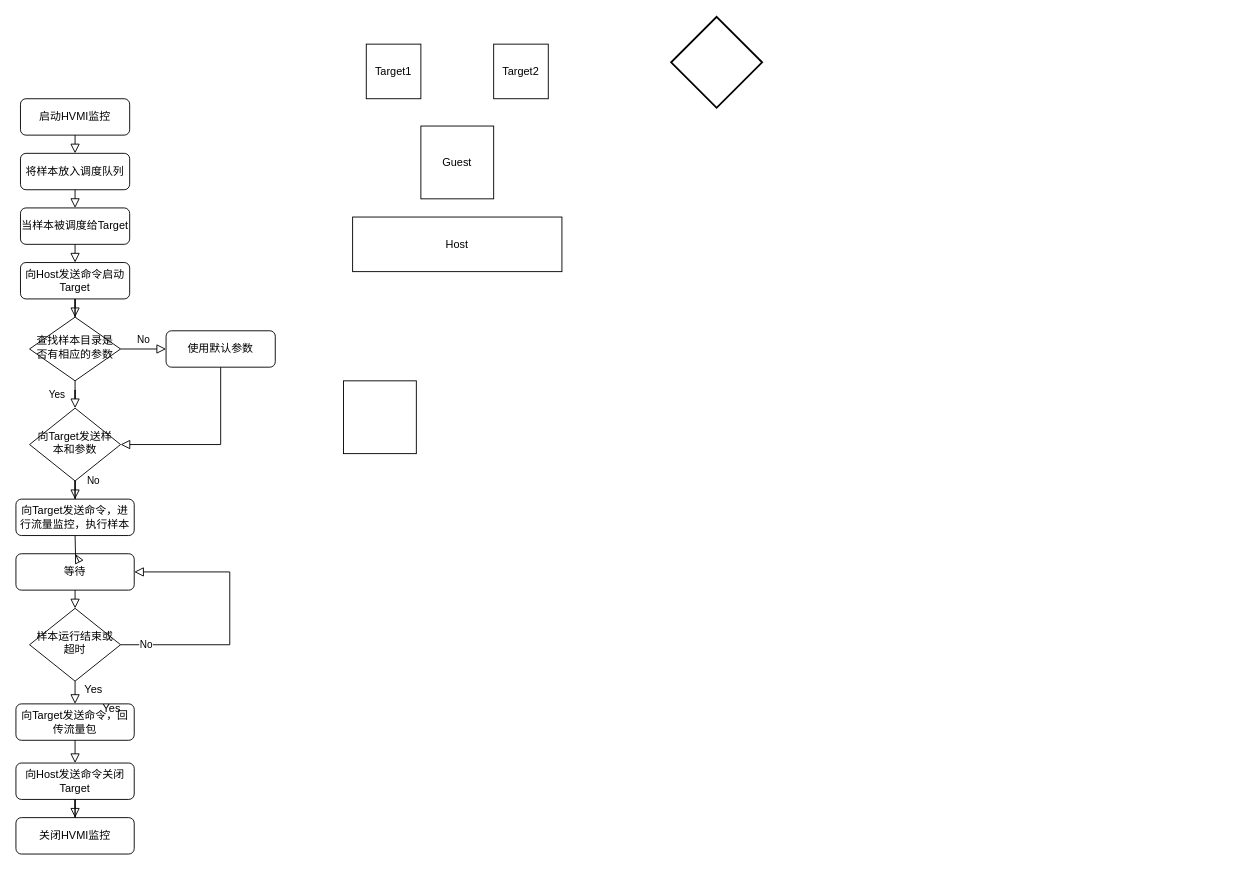
Above: page "Page-1" (1 of 2) of 未命名绘图.drawio in Amber0130/Other (draw.io), before the change. Source tidied: cells renumbered, new cells numbered last; positions are measured from the earlier drawing's top-left corner, leaving out a move shared by most shapes. Both pictures are drawn from the tidied source at 91%, with x=0, y=0 at pixel (15, 16).
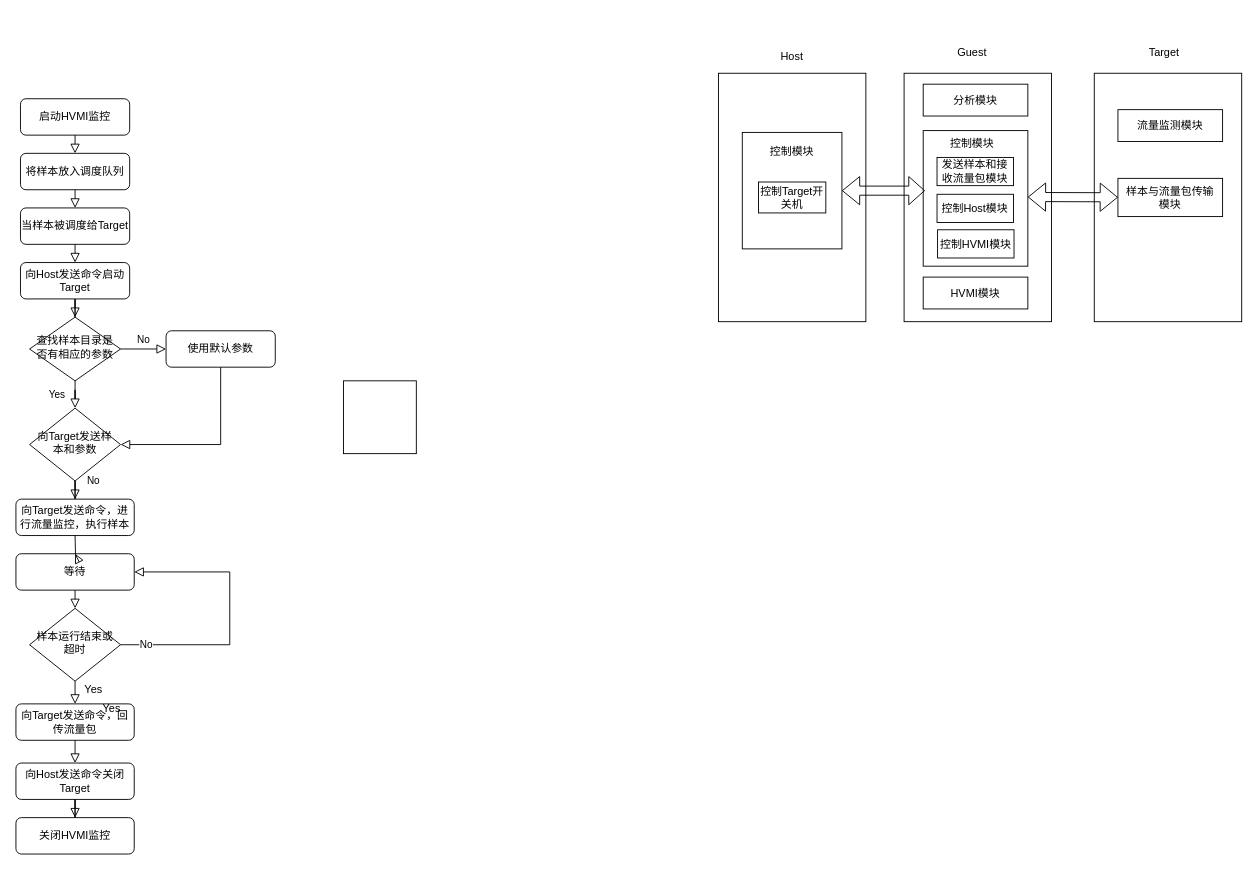
The same diagram, later.

Commit message:
更新未命名绘图.drawio

Diff of the diagram source:
```diff
@@
-    <mxCell id="11" value="Guest" style="whiteSpace=wrap;html=1;" parent="1" vertex="1">
-      <mxGeometry x="445" y="120" width="80" height="80" as="geometry" />
-    </mxCell>
-    <mxCell id="12" value="Target2" style="whiteSpace=wrap;html=1;" parent="1" vertex="1">
-      <mxGeometry x="525" y="30" width="60" height="60" as="geometry" />
-    </mxCell>
-    <mxCell id="13" value="Target1" style="whiteSpace=wrap;html=1;" parent="1" vertex="1">
-      <mxGeometry x="385" y="30" width="60" height="60" as="geometry" />
-    </mxCell>
-    <mxCell id="14" value="Host" style="rounded=0;whiteSpace=wrap;html=1;" parent="1" vertex="1">
-      <mxGeometry x="370" y="220" width="230" height="60" as="geometry" />
-    </mxCell>
-    <mxCell id="15" style="strokeWidth=2;html=1;shape=mxgraph.flowchart.decision;whiteSpace=wrap;" parent="1" vertex="1">
-      <mxGeometry x="720" width="100" height="100" as="geometry" />
-    </mxCell>
@@
+    <mxCell id="38" style="rounded=0;whiteSpace=wrap;html=1;" parent="1" vertex="1">
+      <mxGeometry x="976" y="62" width="162" height="273" as="geometry" />
+    </mxCell>
+    <mxCell id="39" style="rounded=0;whiteSpace=wrap;html=1;" parent="1" vertex="1">
+      <mxGeometry x="1185" y="62" width="162" height="273" as="geometry" />
+    </mxCell>
+    <mxCell id="40" value="分析模块" style="rounded=0;whiteSpace=wrap;html=1;" parent="1" vertex="1">
+      <mxGeometry x="997" y="74" width="115" height="35" as="geometry" />
+    </mxCell>
+    <mxCell id="41" style="rounded=0;whiteSpace=wrap;html=1;" parent="1" vertex="1">
+      <mxGeometry x="997" y="125" width="115" height="149" as="geometry" />
+    </mxCell>
+    <mxCell id="42" value="HVMI模块" style="rounded=0;whiteSpace=wrap;html=1;" parent="1" vertex="1">
+      <mxGeometry x="997" y="286" width="115" height="35" as="geometry" />
+    </mxCell>
+    <mxCell id="43" value="流量监测模块" style="rounded=0;whiteSpace=wrap;html=1;" parent="1" vertex="1">
+      <mxGeometry x="1211" y="102" width="115" height="35" as="geometry" />
+    </mxCell>
+    <mxCell id="44" style="rounded=0;whiteSpace=wrap;html=1;" parent="1" vertex="1">
+      <mxGeometry x="1211" y="177.5" width="115" height="42" as="geometry" />
+    </mxCell>
+    <mxCell id="45" style="rounded=0;whiteSpace=wrap;html=1;" parent="1" vertex="1">
+      <mxGeometry x="772" y="62" width="162" height="273" as="geometry" />
+    </mxCell>
+    <mxCell id="46" style="rounded=0;whiteSpace=wrap;html=1;" parent="1" vertex="1">
+      <mxGeometry x="798.2" y="127" width="109.5" height="128" as="geometry" />
+    </mxCell>
+    <mxCell id="14" value="Host" style="text;html=1;strokeColor=none;fillColor=none;align=center;verticalAlign=middle;whiteSpace=wrap;rounded=0;" parent="1" vertex="1">
+      <mxGeometry x="823" y="29" width="60" height="30" as="geometry" />
+    </mxCell>
+    <mxCell id="11" value="Guest" style="text;html=1;strokeColor=none;fillColor=none;align=center;verticalAlign=middle;whiteSpace=wrap;rounded=0;" parent="1" vertex="1">
+      <mxGeometry x="1021" y="25" width="60" height="30" as="geometry" />
+    </mxCell>
+    <mxCell id="47" value="Target" style="text;html=1;strokeColor=none;fillColor=none;align=center;verticalAlign=middle;whiteSpace=wrap;rounded=0;" parent="1" vertex="1">
+      <mxGeometry x="1232" y="25" width="60" height="30" as="geometry" />
+    </mxCell>
+    <mxCell id="48" style="shape=flexArrow;endArrow=classic;startArrow=classic;html=1;rounded=0;exitX=1;exitY=0.5;exitDx=0;exitDy=0;width=10;endSize=5.45;" parent="1" edge="1" source="46">
+      <mxGeometry relative="1" as="geometry">
+        <mxPoint x="999" y="191" as="targetPoint" />
+      </mxGeometry>
+    </mxCell>
+    <mxCell id="49" style="shape=flexArrow;endArrow=classic;startArrow=classic;html=1;rounded=0;exitX=1;exitY=0.5;exitDx=0;exitDy=0;" parent="1" edge="1" target="44">
+      <mxGeometry relative="1" as="geometry">
+        <mxPoint x="1112" y="198" as="sourcePoint" />
+      </mxGeometry>
+    </mxCell>
+    <mxCell id="50" value="样本与流量包传输模块" style="text;html=1;strokeColor=none;fillColor=none;align=center;verticalAlign=middle;whiteSpace=wrap;rounded=0;" parent="1" vertex="1">
+      <mxGeometry x="1217" y="183.5" width="103" height="30" as="geometry" />
+    </mxCell>
+    <mxCell id="51" value="控制模块" style="text;html=1;strokeColor=none;fillColor=none;align=center;verticalAlign=middle;whiteSpace=wrap;rounded=0;" parent="1" vertex="1">
+      <mxGeometry x="823" y="133" width="60" height="30" as="geometry" />
+    </mxCell>
+    <mxCell id="52" value="控制Target开关机" style="rounded=0;whiteSpace=wrap;html=1;" parent="1" vertex="1">
+      <mxGeometry x="816" y="181.5" width="74" height="34" as="geometry" />
+    </mxCell>
+    <mxCell id="53" value="控制模块" style="text;html=1;strokeColor=none;fillColor=none;align=center;verticalAlign=middle;whiteSpace=wrap;rounded=0;" parent="1" vertex="1">
+      <mxGeometry x="1021" y="125" width="60" height="30" as="geometry" />
+    </mxCell>
+    <mxCell id="54" value="控制Host模块" style="rounded=0;whiteSpace=wrap;html=1;" parent="1" vertex="1">
+      <mxGeometry x="1012.2" y="195" width="84" height="31" as="geometry" />
+    </mxCell>
+    <mxCell id="55" value="控制HVMI模块" style="rounded=0;whiteSpace=wrap;html=1;" parent="1" vertex="1">
+      <mxGeometry x="1012.8" y="234" width="84" height="31" as="geometry" />
+    </mxCell>
+    <mxCell id="56" value="发送样本和接收流量包模块" style="rounded=0;whiteSpace=wrap;html=1;" parent="1" vertex="1">
+      <mxGeometry x="1012.2" y="154.5" width="84" height="31" as="geometry" />
+    </mxCell>
```
